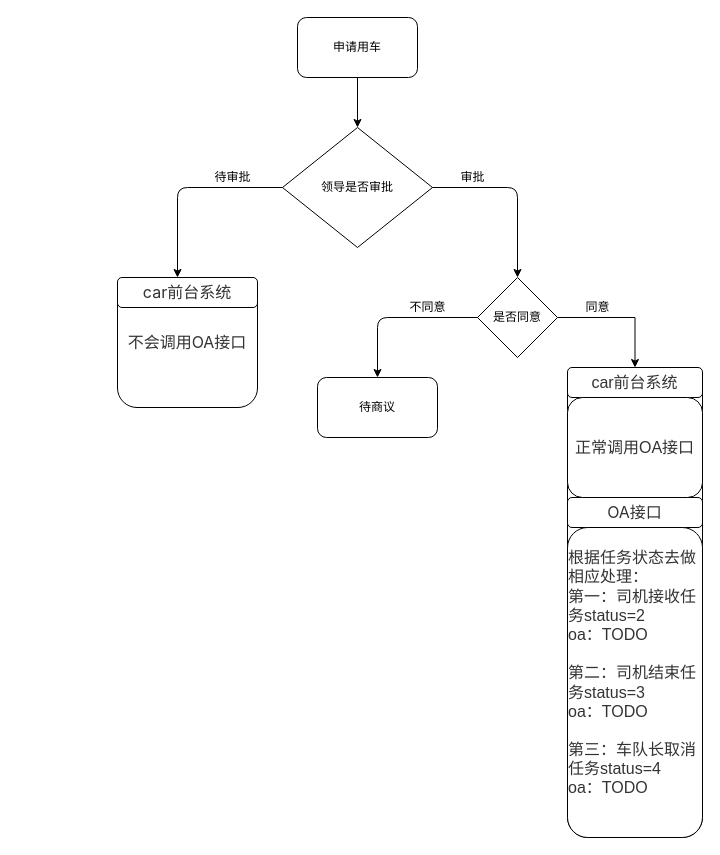
Above: Untitled Diagram.drawio in xbmtbc/demo (draw.io), before the change. Source tidied: cells renumbered, new cells numbered last; positions are measured from the earlier drawing's top-left corner, leaving out a move shared by most shapes. Both pictures are drawn from the tidied source at 100%, with x=0, y=0 at pixel (117, 17).
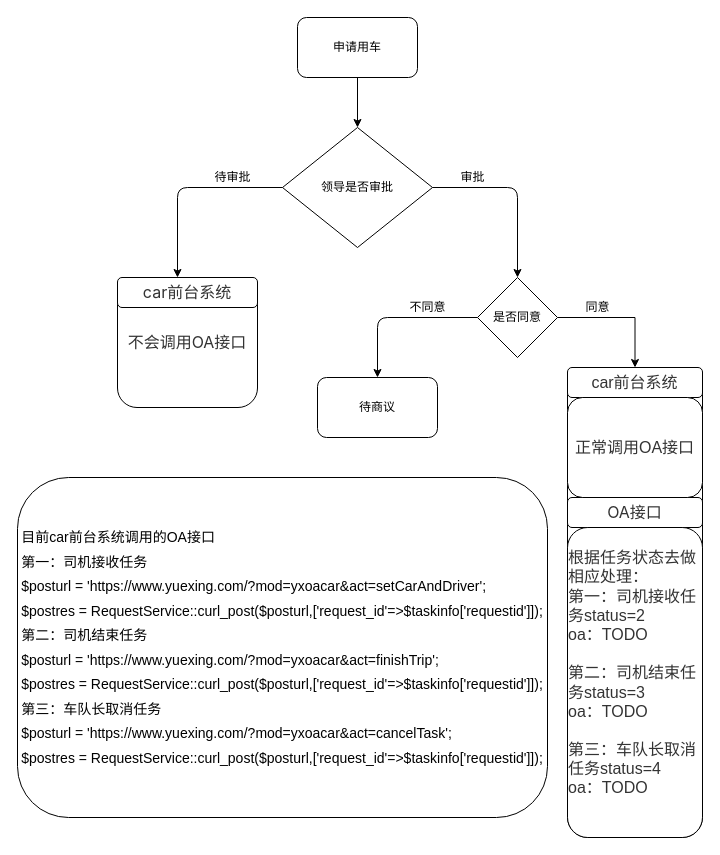
The same diagram, later.

Change to the diagram source:
```diff
@@
+    <mxCell id="22" value="&lt;div style=&quot;text-align: left ; line-height: 1.75 ; font-size: 14px&quot;&gt;目前car前台系统调用的OA接口&lt;/div&gt;&lt;div style=&quot;text-align: left ; line-height: 1.75 ; font-size: 14px&quot;&gt;第一：司机接收任务&lt;/div&gt;&lt;div style=&quot;text-align: left ; line-height: 1.75 ; font-size: 14px&quot;&gt;$posturl = 'https://www.yuexing.com/?mod=yxoacar&amp;amp;act=setCarAndDriver';&lt;/div&gt;&lt;div style=&quot;text-align: left ; line-height: 1.75 ; font-size: 14px&quot;&gt;$postres = RequestService::curl_post($posturl,['request_id'=&amp;gt;$taskinfo['requestid']]);&lt;/div&gt;&lt;div style=&quot;text-align: left ; line-height: 1.75 ; font-size: 14px&quot;&gt;第二：司机结束任务&lt;/div&gt;&lt;div style=&quot;text-align: left ; line-height: 1.75 ; font-size: 14px&quot;&gt;$posturl = 'https://www.yuexing.com/?mod=yxoacar&amp;amp;act=finishTrip';&lt;/div&gt;&lt;div style=&quot;text-align: left ; line-height: 1.75 ; font-size: 14px&quot;&gt;$postres = RequestService::curl_post($posturl,['request_id'=&amp;gt;$taskinfo['requestid']]);&lt;/div&gt;&lt;div style=&quot;text-align: left ; line-height: 1.75 ; font-size: 14px&quot;&gt;第三：车队长取消任务&lt;/div&gt;&lt;div style=&quot;text-align: left ; line-height: 1.75 ; font-size: 14px&quot;&gt;$posturl = 'https://www.yuexing.com/?mod=yxoacar&amp;amp;act=cancelTask';&lt;/div&gt;&lt;div style=&quot;text-align: left ; line-height: 1.75 ; font-size: 14px&quot;&gt;$postres = RequestService::curl_post($posturl,['request_id'=&amp;gt;$taskinfo['requestid']]);&lt;/div&gt;" style="rounded=1;whiteSpace=wrap;html=1;" parent="1" vertex="1">
+      <mxGeometry x="-100" y="460" width="530" height="340" as="geometry" />
+    </mxCell>
```
